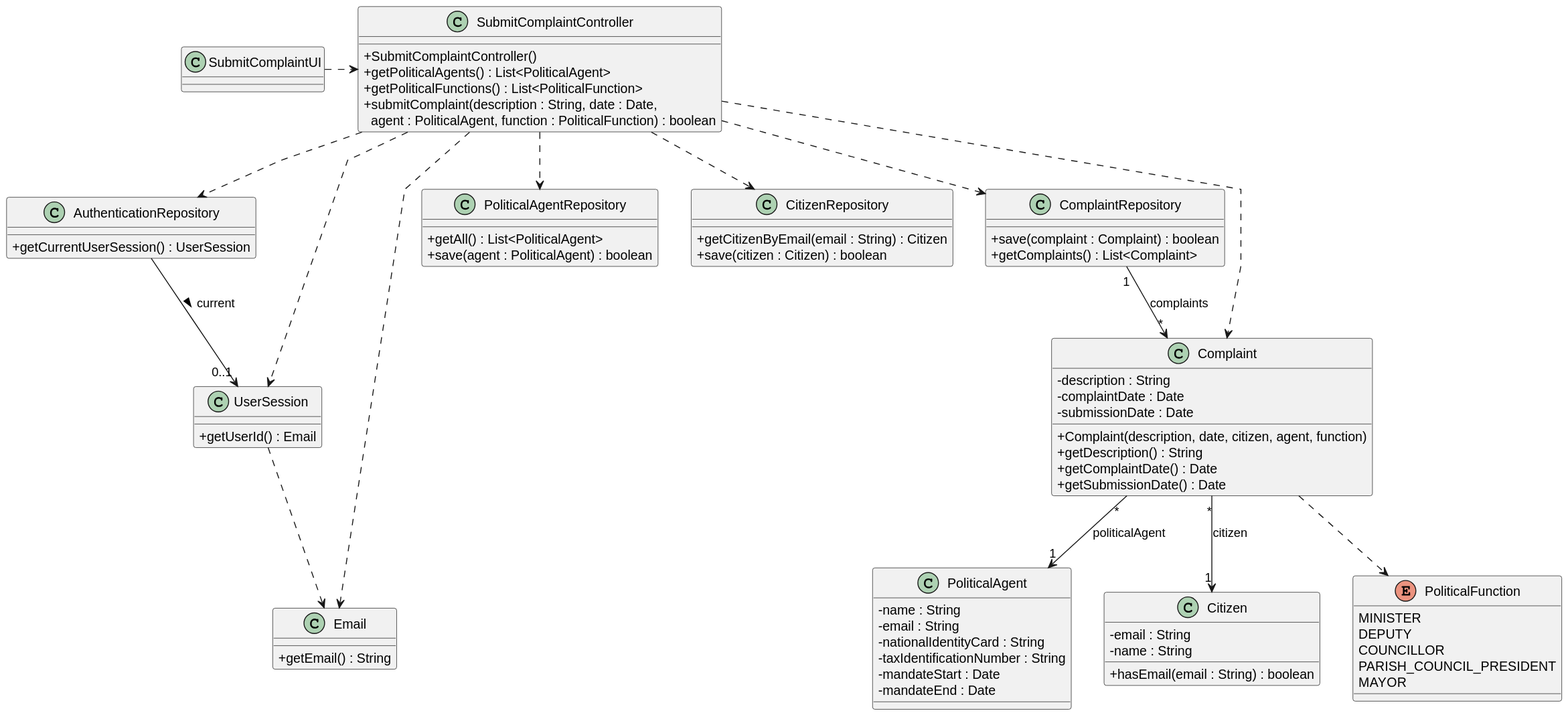
Before: docs/system-documentation/US12/03.design/svg/US12-CD.svg, a diagram exported from PlantUML (brunodspinto/crystal-clear-platform).
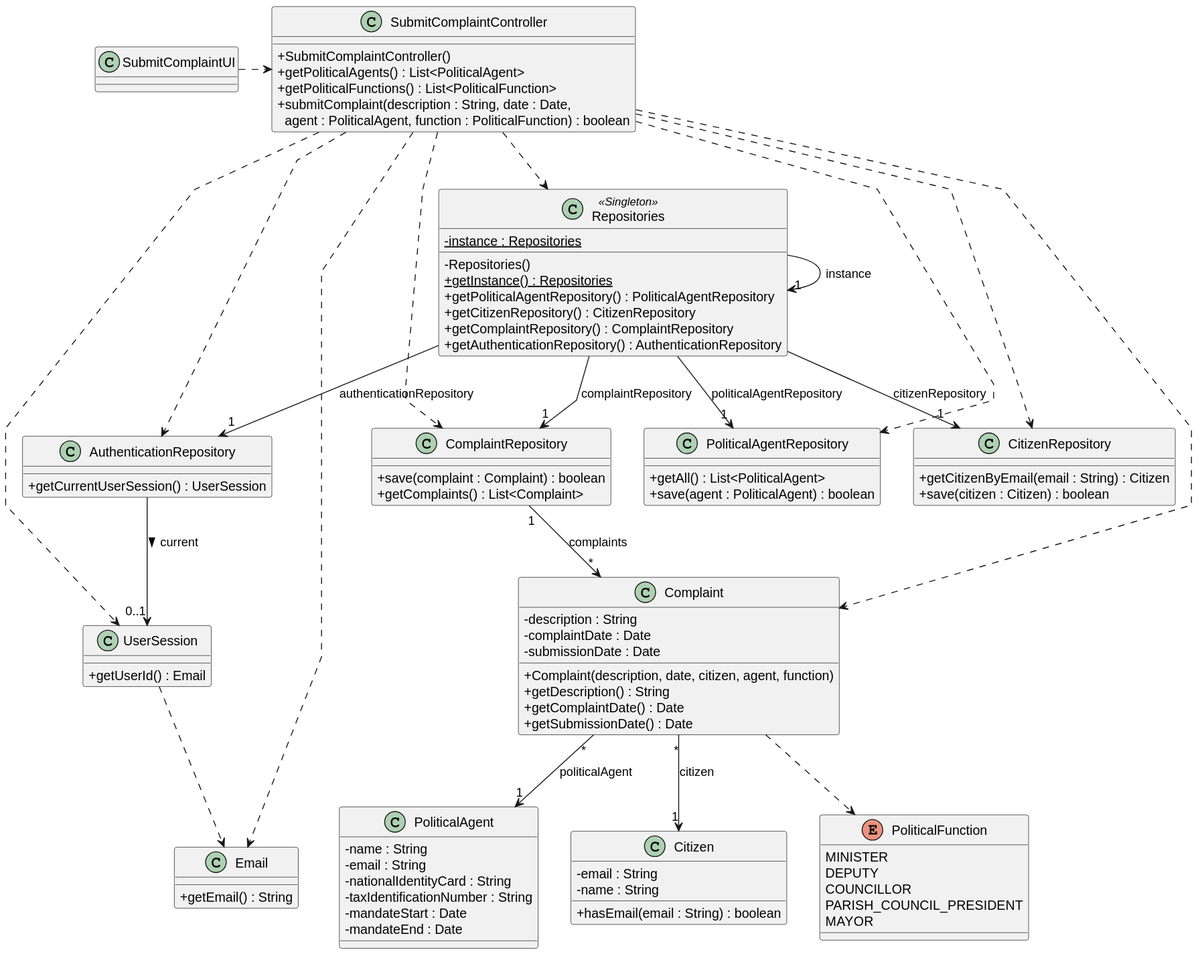
After the commit.

Change to the diagram source:
```diff
@@ -12,6 +12,16 @@
     + getPoliticalAgents() : List<PoliticalAgent>
     + getPoliticalFunctions() : List<PoliticalFunction>
     + submitComplaint(description : String, date : Date,\n  agent : PoliticalAgent, function : PoliticalFunction) : boolean
+}
+
+class Repositories <<Singleton>> {
+    - {static} instance : Repositories
+    - Repositories()
+    + {static} getInstance() : Repositories
+    + getPoliticalAgentRepository() : PoliticalAgentRepository
+    + getCitizenRepository() : CitizenRepository
+    + getComplaintRepository() : ComplaintRepository
+    + getAuthenticationRepository() : AuthenticationRepository
 }
 
 class AuthenticationRepository {
@@ -76,6 +86,7 @@
 
 SubmitComplaintUI .> SubmitComplaintController
 
+SubmitComplaintController ..> Repositories
 SubmitComplaintController ..> PoliticalAgentRepository
 SubmitComplaintController ..> CitizenRepository
 SubmitComplaintController ..> ComplaintRepository
@@ -83,6 +94,12 @@
 SubmitComplaintController ..> UserSession
 SubmitComplaintController ..> Email
 SubmitComplaintController ..> Complaint
+
+Repositories -> "1" Repositories : instance
+Repositories --> "1" PoliticalAgentRepository : politicalAgentRepository
+Repositories --> "1" CitizenRepository : citizenRepository
+Repositories --> "1" ComplaintRepository : complaintRepository
+Repositories --> "1" AuthenticationRepository : authenticationRepository
 
 AuthenticationRepository --> "0..1" UserSession : current >
 UserSession ..> Email
```
